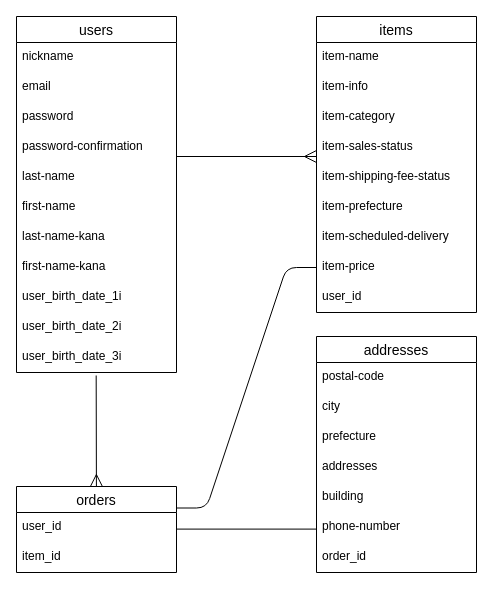
This is furima.dio from hminami373/furima-29041, a draw.io file, before an edit. Source tidied: cells renumbered, new cells numbered last; positions are measured from the earlier drawing's top-left corner, leaving out a move shared by most shapes. Both pictures are drawn from the tidied source at 100%, with x=0, y=0 at pixel (16, 16).
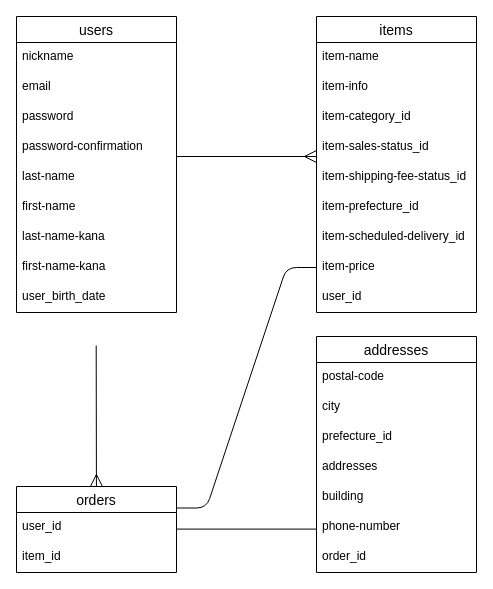
The same page after the edit.

Commit message (it also covers changes not shown here):
テーブル設計修正

The change refers to these unchanged cells:
```xml
<mxCell id="14" value="orders" style="swimlane;fontStyle=0;horizontal=1;startSize=26;align=center;fontSize=14;" parent="1" vertex="1">
  <mxGeometry y="470" width="160" height="86" as="geometry" />
</mxCell>
<mxCell id="17" value="items" style="swimlane;fontStyle=0;horizontal=1;startSize=26;align=center;fontSize=14;" parent="1" vertex="1">
  <mxGeometry x="300" width="160" height="296" as="geometry" />
</mxCell>
<mxCell id="27" value="addresses" style="swimlane;fontStyle=0;horizontal=1;startSize=26;align=center;fontSize=14;" parent="1" vertex="1">
  <mxGeometry x="300" y="320" width="160" height="236" as="geometry" />
</mxCell>
```

The edit, as a diff of the source:
```diff
@@
     <mxCell id="2" value="users" style="swimlane;fontStyle=0;horizontal=1;startSize=26;align=center;fontSize=14;" parent="1" vertex="1">
-      <mxGeometry width="160" height="356" as="geometry" />
+      <mxGeometry width="160" height="296" as="geometry" />
     </mxCell>
@@
-    <mxCell id="11" value="user_birth_date_1i" style="text;strokeColor=none;fillColor=none;spacingLeft=4;spacingRight=4;overflow=hidden;fontSize=12;labelBorderColor=none;" parent="2" vertex="1">
+    <mxCell id="11" value="user_birth_date" style="text;strokeColor=none;fillColor=none;spacingLeft=4;spacingRight=4;overflow=hidden;fontSize=12;labelBorderColor=none;" parent="2" vertex="1">
       <mxGeometry y="266" width="160" height="30" as="geometry" />
     </mxCell>
-    <mxCell id="12" value="user_birth_date_2i" style="text;strokeColor=none;fillColor=none;spacingLeft=4;spacingRight=4;overflow=hidden;fontSize=12;labelBorderColor=none;" parent="2" vertex="1">
-      <mxGeometry y="296" width="160" height="30" as="geometry" />
-    </mxCell>
-    <mxCell id="13" value="user_birth_date_3i" style="text;strokeColor=none;fillColor=none;spacingLeft=4;spacingRight=4;overflow=hidden;points=[[0,0.5],[1,0.5]];portConstraint=eastwest;fontSize=12;labelBorderColor=none;" parent="2" vertex="1">
-      <mxGeometry y="326" width="160" height="30" as="geometry" />
-    </mxCell>
@@
-    <mxCell id="20" value="item-category" style="text;strokeColor=none;fillColor=none;spacingLeft=4;spacingRight=4;overflow=hidden;fontSize=12;labelBorderColor=none;" parent="17" vertex="1">
+    <mxCell id="20" value="item-category_id" style="text;strokeColor=none;fillColor=none;spacingLeft=4;spacingRight=4;overflow=hidden;fontSize=12;labelBorderColor=none;" parent="17" vertex="1">
       <mxGeometry y="86" width="160" height="30" as="geometry" />
     </mxCell>
-    <mxCell id="21" value="item-sales-status" style="text;strokeColor=none;fillColor=none;spacingLeft=4;spacingRight=4;overflow=hidden;fontSize=12;labelBorderColor=none;" parent="17" vertex="1">
+    <mxCell id="21" value="item-sales-status_id" style="text;strokeColor=none;fillColor=none;spacingLeft=4;spacingRight=4;overflow=hidden;fontSize=12;labelBorderColor=none;" parent="17" vertex="1">
       <mxGeometry y="116" width="160" height="30" as="geometry" />
     </mxCell>
-    <mxCell id="22" value="item-shipping-fee-status" style="text;strokeColor=none;fillColor=none;spacingLeft=4;spacingRight=4;overflow=hidden;fontSize=12;" parent="17" vertex="1">
+    <mxCell id="22" value="item-shipping-fee-status_id" style="text;strokeColor=none;fillColor=none;spacingLeft=4;spacingRight=4;overflow=hidden;fontSize=12;" parent="17" vertex="1">
       <mxGeometry y="146" width="160" height="30" as="geometry" />
     </mxCell>
-    <mxCell id="23" value="item-prefecture" style="text;strokeColor=none;fillColor=none;spacingLeft=4;spacingRight=4;overflow=hidden;fontSize=12;labelBorderColor=none;" parent="17" vertex="1">
+    <mxCell id="23" value="item-prefecture_id" style="text;strokeColor=none;fillColor=none;spacingLeft=4;spacingRight=4;overflow=hidden;fontSize=12;labelBorderColor=none;" parent="17" vertex="1">
       <mxGeometry y="176" width="160" height="30" as="geometry" />
     </mxCell>
-    <mxCell id="24" value="item-scheduled-delivery" style="text;strokeColor=none;fillColor=none;spacingLeft=4;spacingRight=4;overflow=hidden;fontSize=12;labelBorderColor=none;" parent="17" vertex="1">
+    <mxCell id="24" value="item-scheduled-delivery_id" style="text;strokeColor=none;fillColor=none;spacingLeft=4;spacingRight=4;overflow=hidden;fontSize=12;labelBorderColor=none;" parent="17" vertex="1">
       <mxGeometry y="206" width="160" height="30" as="geometry" />
     </mxCell>
@@
-    <mxCell id="30" value="prefecture" style="text;strokeColor=none;fillColor=none;spacingLeft=4;spacingRight=4;overflow=hidden;fontSize=12;" parent="27" vertex="1">
+    <mxCell id="30" value="prefecture_id" style="text;strokeColor=none;fillColor=none;spacingLeft=4;spacingRight=4;overflow=hidden;fontSize=12;" parent="27" vertex="1">
       <mxGeometry y="86" width="160" height="30" as="geometry" />
     </mxCell>
@@
-    <mxCell id="37" style="endArrow=none;html=1;rounded=0;startSize=10;endSize=10;sourcePerimeterSpacing=0;startArrow=ERmany;startFill=0;endFill=0;entryX=0.498;entryY=1.1;entryDx=0;entryDy=0;entryPerimeter=0;" parent="1" edge="1" source="14" target="13">
-      <mxGeometry relative="1" as="geometry" />
+    <mxCell id="37" style="endArrow=none;html=1;rounded=0;startSize=10;endSize=10;sourcePerimeterSpacing=0;startArrow=ERmany;startFill=0;endFill=0;entryX=0.498;entryY=1.1;entryDx=0;entryDy=0;entryPerimeter=0;" parent="1" edge="1" source="14">
+      <mxGeometry relative="1" as="geometry">
+        <mxPoint x="79.7" y="329" as="targetPoint" />
+      </mxGeometry>
     </mxCell>
```
